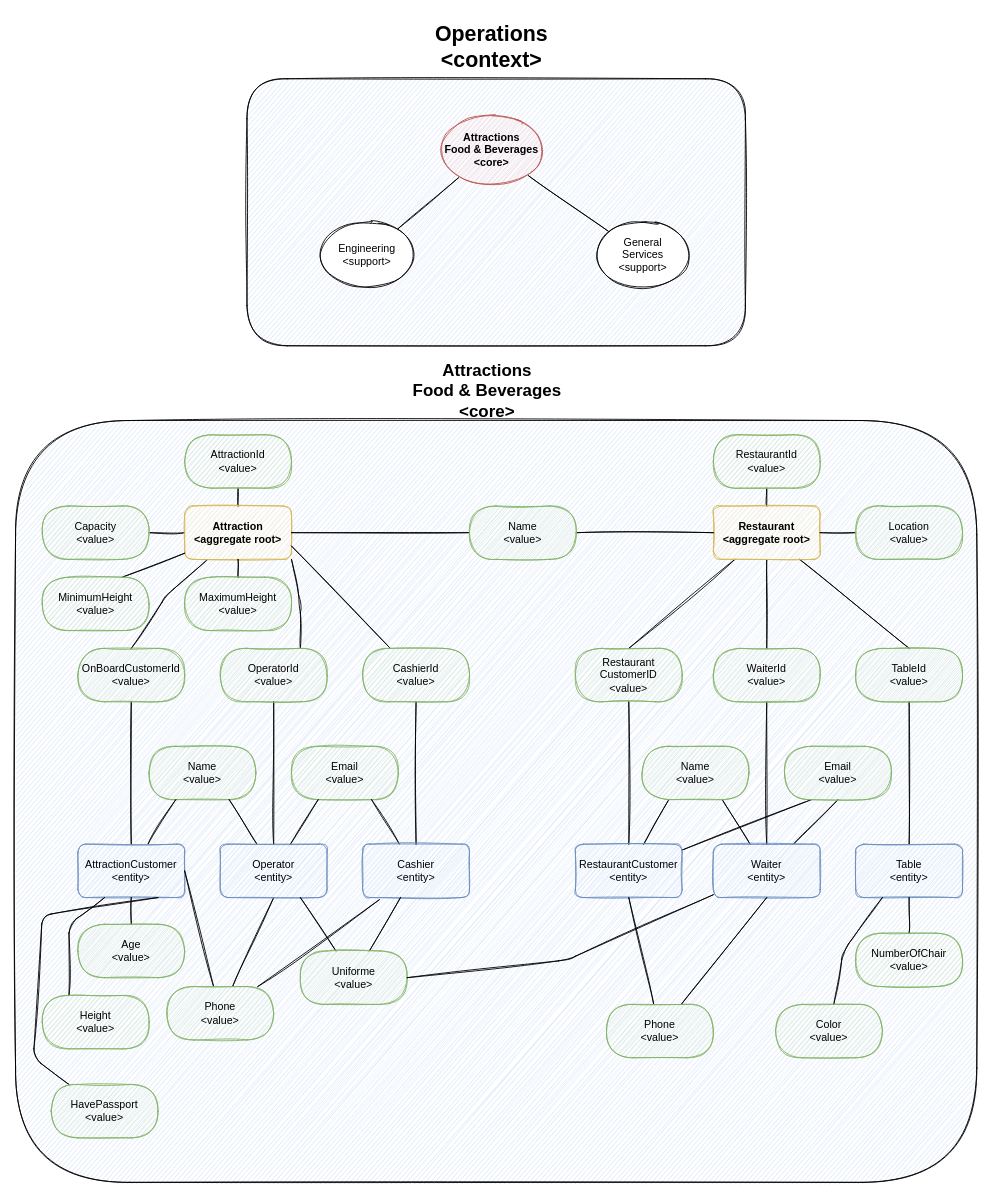
The draw.io diagram page "Context & Core Subdomain" (2 of 3) of Corparques DM.drawio in johnnycastro72/corparques, before the edit. Source tidied: cells renumbered, new cells numbered last; positions are measured from the earlier drawing's top-left corner, leaving out a move shared by most shapes. Both pictures are drawn from the tidied source at 89%, with x=0, y=0 at pixel (15, 15).
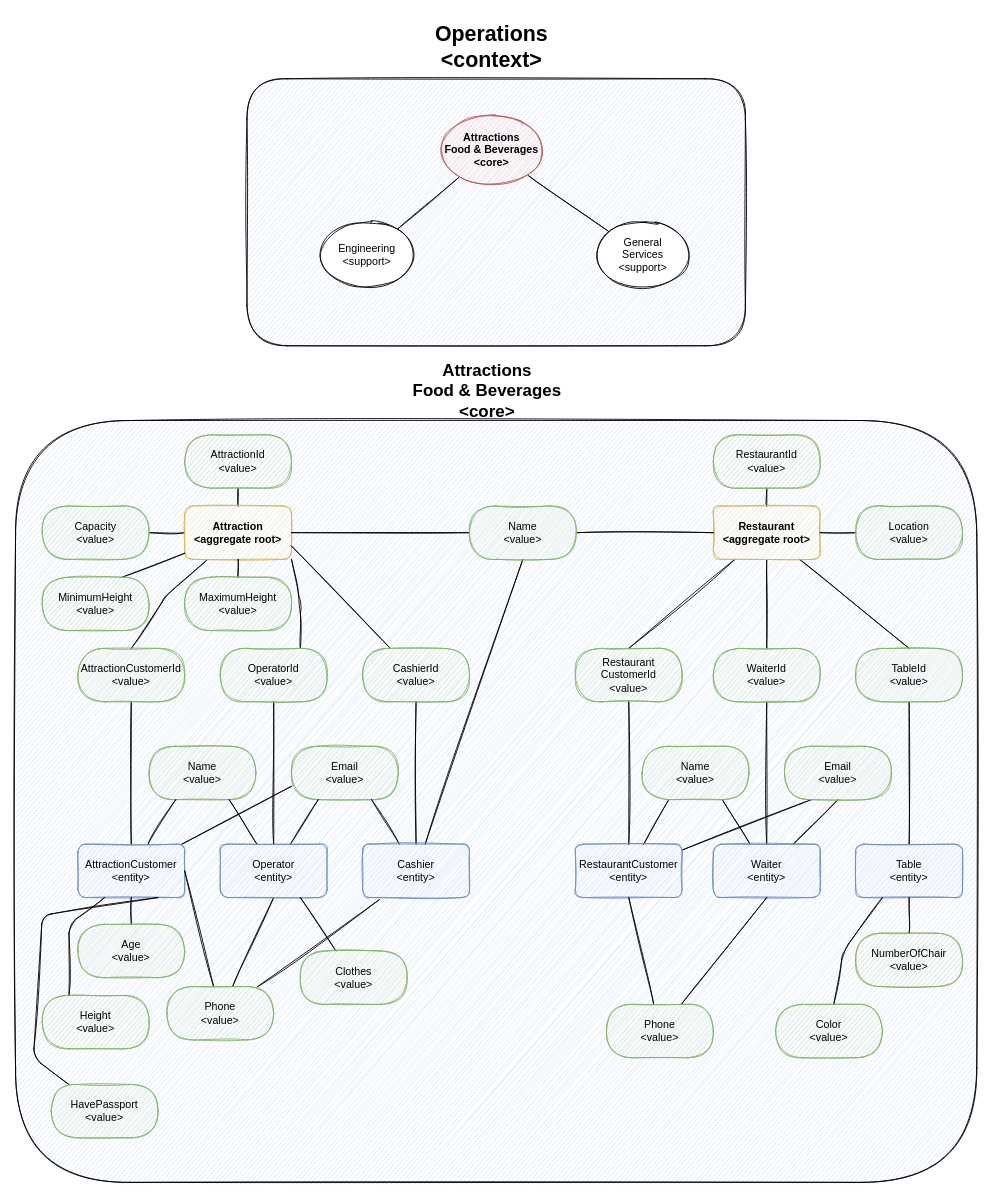
The same page after the edit.

Commit message:
Attraction Aggregate

Attraction Aggregate model finished

Unchanged cells that the change refers to:
```xml
<mxCell id="24" value="AttractionCustomer&lt;br&gt;&amp;lt;entity&amp;gt;" style="rounded=1;whiteSpace=wrap;html=1;sketch=1;fillColor=#dae8fc;strokeColor=#6c8ebf;" parent="1" vertex="1">
  <mxGeometry x="70" y="931" width="120" height="60" as="geometry" />
</mxCell>
<mxCell id="34" value="Email&lt;br&gt;&amp;lt;value&amp;gt;" style="rounded=1;whiteSpace=wrap;html=1;sketch=1;fillColor=#d5e8d4;strokeColor=#82b366;arcSize=50;" parent="1" vertex="1">
  <mxGeometry x="310" y="821" width="120" height="60" as="geometry" />
</mxCell>
<mxCell id="43" value="Cashier&lt;br&gt;&amp;lt;entity&amp;gt;" style="rounded=1;whiteSpace=wrap;html=1;sketch=1;fillColor=#dae8fc;strokeColor=#6c8ebf;" parent="1" vertex="1">
  <mxGeometry x="390" y="931" width="120" height="60" as="geometry" />
</mxCell>
<mxCell id="69" value="Waiter&lt;br&gt;&amp;lt;entity&amp;gt;" style="rounded=1;whiteSpace=wrap;html=1;sketch=1;fillColor=#dae8fc;strokeColor=#6c8ebf;" parent="1" vertex="1">
  <mxGeometry x="784" y="931" width="120" height="60" as="geometry" />
</mxCell>
<mxCell id="84" value="Name&lt;br&gt;&amp;lt;value&amp;gt;" style="rounded=1;whiteSpace=wrap;html=1;sketch=1;fillColor=#d5e8d4;strokeColor=#82b366;arcSize=50;" parent="1" vertex="1">
  <mxGeometry x="510" y="551" width="120" height="60" as="geometry" />
</mxCell>
```

The edit, as a diff of the source:
```diff
@@
+    <mxCell id="85" style="edgeStyle=none;sketch=1;jettySize=auto;html=1;entryX=0;entryY=0.75;entryDx=0;entryDy=0;fontSize=19;endArrow=none;endFill=0;" parent="1" edge="1" source="24" target="34">
+      <mxGeometry relative="1" as="geometry" />
+    </mxCell>
@@
-    <mxCell id="29" value="OnBoardCustomerId&lt;br&gt;&amp;lt;value&amp;gt;" style="rounded=1;whiteSpace=wrap;html=1;sketch=1;fillColor=#d5e8d4;strokeColor=#82b366;arcSize=50;" parent="1" vertex="1">
+    <mxCell id="29" value="AttractionCustomerId&lt;br&gt;&amp;lt;value&amp;gt;" style="rounded=1;whiteSpace=wrap;html=1;sketch=1;fillColor=#d5e8d4;strokeColor=#82b366;arcSize=50;" parent="1" vertex="1">
       <mxGeometry x="70" y="711" width="120" height="60" as="geometry" />
     </mxCell>
@@
+    <mxCell id="86" style="sketch=1;jettySize=auto;html=1;entryX=0.5;entryY=1;entryDx=0;entryDy=0;fontSize=19;endArrow=none;endFill=0;" parent="1" edge="1" source="43" target="84">
+      <mxGeometry relative="1" as="geometry" />
+    </mxCell>
@@
-    <mxCell id="48" style="edgeStyle=none;sketch=1;jettySize=auto;html=1;fontSize=19;endArrow=none;endFill=0;" parent="1" edge="1" source="50" target="43">
-      <mxGeometry relative="1" as="geometry" />
-    </mxCell>
@@
-    <mxCell id="50" value="Uniforme&lt;br&gt;&amp;lt;value&amp;gt;" style="rounded=1;whiteSpace=wrap;html=1;sketch=1;fillColor=#d5e8d4;strokeColor=#82b366;arcSize=50;" parent="1" vertex="1">
+    <mxCell id="50" value="Clothes&lt;br&gt;&amp;lt;value&amp;gt;" style="rounded=1;whiteSpace=wrap;html=1;sketch=1;fillColor=#d5e8d4;strokeColor=#82b366;arcSize=50;" parent="1" vertex="1">
       <mxGeometry x="320" y="1051" width="120" height="60" as="geometry" />
     </mxCell>
@@
-    <mxCell id="68" style="edgeStyle=none;sketch=1;jettySize=auto;html=1;entryX=1;entryY=0.5;entryDx=0;entryDy=0;fontSize=19;endArrow=none;endFill=0;" parent="1" edge="1" source="69" target="50">
-      <mxGeometry relative="1" as="geometry">
-        <Array as="points">
-          <mxPoint x="620" y="1061" />
-        </Array>
-      </mxGeometry>
-    </mxCell>
@@
-    <mxCell id="70" value="Restaurant&lt;br&gt;CustomerID&lt;br&gt;&amp;lt;value&amp;gt;" style="rounded=1;whiteSpace=wrap;html=1;sketch=1;fillColor=#d5e8d4;strokeColor=#82b366;arcSize=50;" parent="1" vertex="1">
+    <mxCell id="70" value="Restaurant&lt;br&gt;CustomerId&lt;br&gt;&amp;lt;value&amp;gt;" style="rounded=1;whiteSpace=wrap;html=1;sketch=1;fillColor=#d5e8d4;strokeColor=#82b366;arcSize=50;" parent="1" vertex="1">
       <mxGeometry x="629" y="711" width="120" height="60" as="geometry" />
     </mxCell>
```
